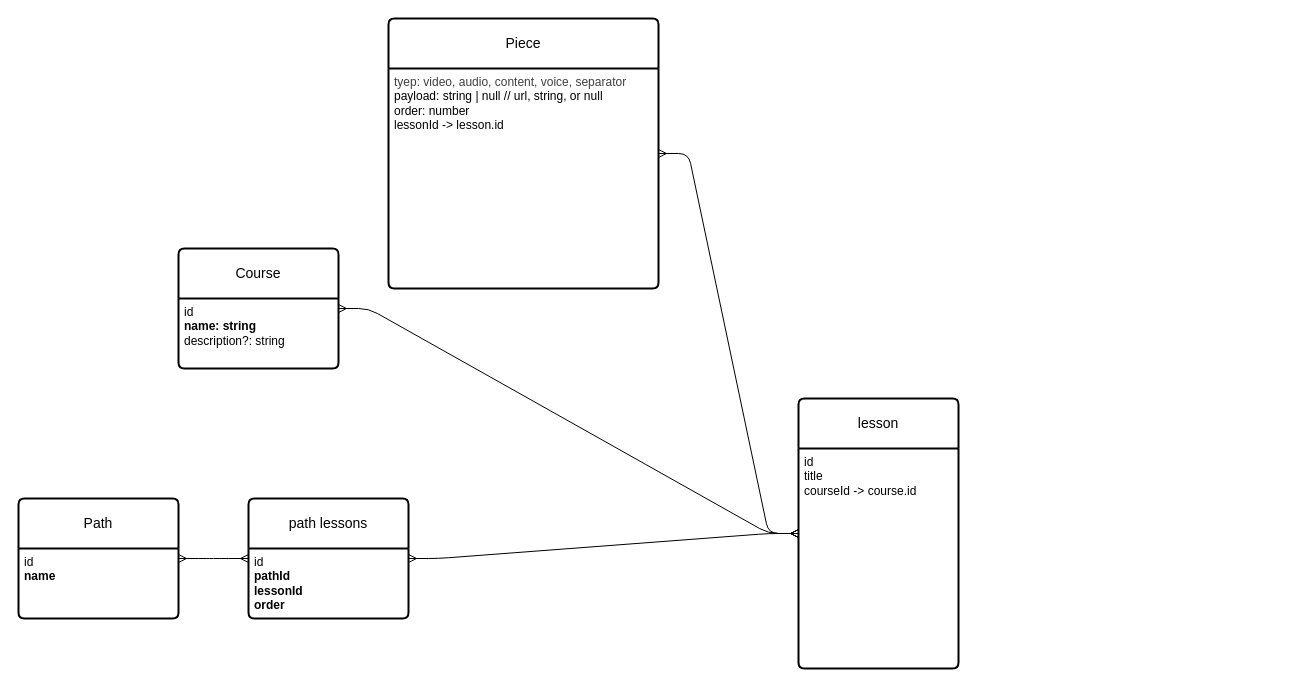
gikdev/pathz keeps this draw.io diagram as server/notes/db.drawio. Above is the earlier version. Source tidied: cells renumbered, new cells numbered last; positions are measured from the earlier drawing's top-left corner, leaving out a move shared by most shapes. Both pictures are drawn from the tidied source at 100%, with x=0, y=0 at pixel (18, 18).
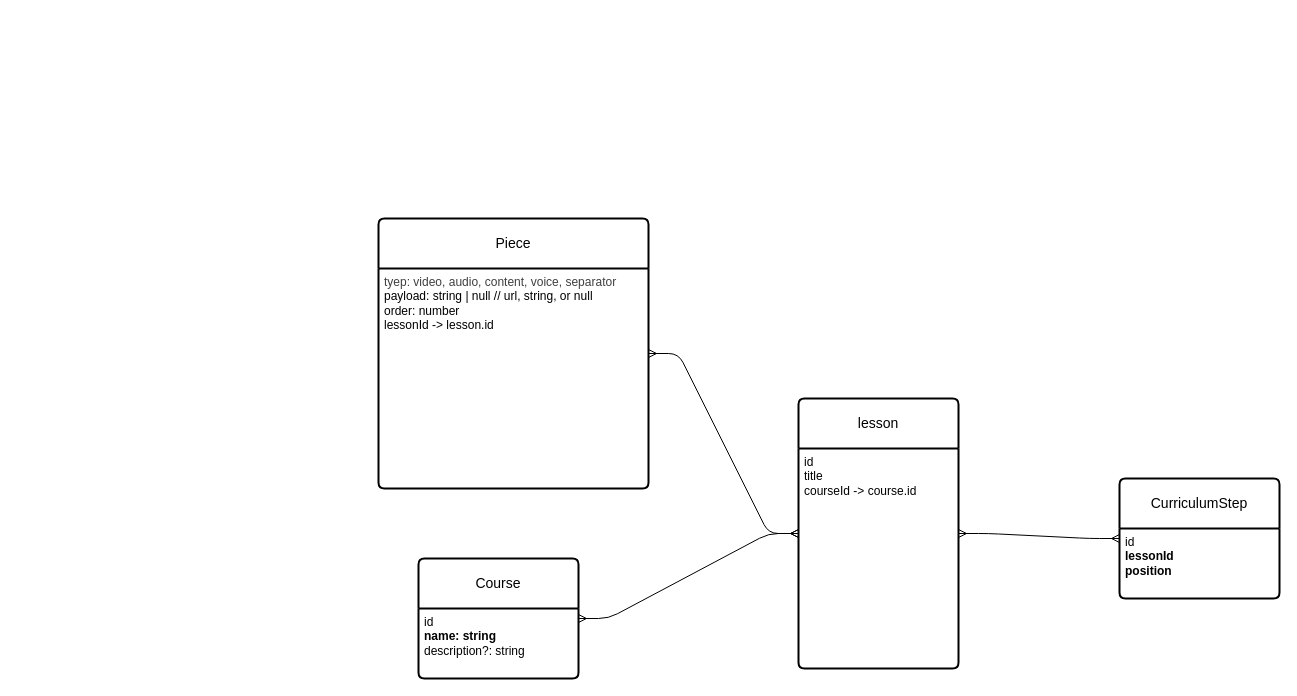
The same page after the edit.

What changed in the source:
```diff
@@
 <mxGraphModel>
   <root>
     <mxCell id="0" />
     <mxCell id="1" parent="0" />
-    <mxCell id="2" style="edgeStyle=none;html=1;" parent="1" edge="1" source="6" target="5">
-      <mxGeometry relative="1" as="geometry" />
-    </mxCell>
     <mxCell id="3" value="lesson" style="swimlane;horizontal=1;startSize=50;rounded=1;fontSize=14;fontStyle=0;strokeWidth=2;shadow=0;dashed=0;align=center;arcSize=4;whiteSpace=wrap;html=1;" parent="1" vertex="1">
       <mxGeometry x="780" y="380" width="160" height="270" as="geometry" />
     </mxCell>
     <mxCell id="4" value="&lt;div&gt;id&lt;/div&gt;title&lt;div&gt;courseId -&amp;gt; course.id&lt;/div&gt;" style="align=left;strokeColor=none;fillColor=none;spacingLeft=4;fontSize=12;verticalAlign=top;html=1;" parent="3" vertex="1">
       <mxGeometry y="50" width="160" height="220" as="geometry" />
     </mxCell>
-    <mxCell id="5" value="Path" style="swimlane;horizontal=1;startSize=50;rounded=1;fontSize=14;fontStyle=0;strokeWidth=2;shadow=0;dashed=0;align=center;arcSize=4;whiteSpace=wrap;html=1;" parent="1" vertex="1">
-      <mxGeometry y="480" width="160" height="120" as="geometry" />
-    </mxCell>
-    <mxCell id="6" value="&lt;div&gt;id&lt;/div&gt;&lt;b&gt;name&lt;/b&gt;&lt;div&gt;&lt;br&gt;&lt;/div&gt;" style="align=left;strokeColor=none;fillColor=none;spacingLeft=4;fontSize=12;verticalAlign=top;html=1;" parent="5" vertex="1">
-      <mxGeometry y="50" width="160" height="70" as="geometry" />
-    </mxCell>
     <mxCell id="7" value="Piece" style="swimlane;horizontal=1;startSize=50;rounded=1;fontSize=14;fontStyle=0;strokeWidth=2;shadow=0;dashed=0;align=center;arcSize=4;whiteSpace=wrap;html=1;" parent="1" vertex="1">
-      <mxGeometry x="370" width="270" height="270" as="geometry" />
+      <mxGeometry x="360" y="200" width="270" height="270" as="geometry" />
     </mxCell>
     <mxCell id="8" value="&lt;div&gt;&lt;span style=&quot;color: rgb(63, 63, 63); background-color: transparent;&quot;&gt;tyep: video, audio, content, voice, separator&lt;/span&gt;&lt;/div&gt;&lt;div&gt;payload: string | null&amp;nbsp;// url, string, or null&lt;/div&gt;&lt;div&gt;order: number&lt;/div&gt;&lt;div&gt;lessonId -&amp;gt; lesson.id&lt;/div&gt;" style="align=left;strokeColor=none;fillColor=none;spacingLeft=4;fontSize=12;verticalAlign=top;html=1;" parent="7" vertex="1">
       <mxGeometry y="50" width="270" height="220" as="geometry" />
     </mxCell>
     <mxCell id="9" value="Course" style="swimlane;horizontal=1;startSize=50;rounded=1;fontSize=14;fontStyle=0;strokeWidth=2;shadow=0;dashed=0;align=center;arcSize=4;whiteSpace=wrap;html=1;" parent="1" vertex="1">
-      <mxGeometry x="160" y="230" width="160" height="120" as="geometry" />
+      <mxGeometry x="400" y="540" width="160" height="120" as="geometry" />
     </mxCell>
     <mxCell id="10" value="&lt;div&gt;id&lt;/div&gt;&lt;b&gt;name: string&lt;/b&gt;&lt;div&gt;description?: string&lt;/div&gt;" style="align=left;strokeColor=none;fillColor=none;spacingLeft=4;fontSize=12;verticalAlign=top;html=1;" parent="9" vertex="1">
       <mxGeometry y="50" width="160" height="70" as="geometry" />
     </mxCell>
-    <mxCell id="11" value="path lessons" style="swimlane;horizontal=1;startSize=50;rounded=1;fontSize=14;fontStyle=0;strokeWidth=2;shadow=0;dashed=0;align=center;arcSize=4;whiteSpace=wrap;html=1;" parent="1" vertex="1">
-      <mxGeometry x="230" y="480" width="160" height="120" as="geometry" />
+    <mxCell id="11" value="CurriculumStep" style="swimlane;horizontal=1;startSize=50;rounded=1;fontSize=14;fontStyle=0;strokeWidth=2;shadow=0;dashed=0;align=center;arcSize=4;whiteSpace=wrap;html=1;" parent="1" vertex="1">
+      <mxGeometry x="1101" y="460" width="160" height="120" as="geometry" />
     </mxCell>
-    <mxCell id="12" value="&lt;div&gt;id&lt;/div&gt;&lt;div&gt;&lt;b&gt;pathId&lt;br&gt;lessonId&lt;/b&gt;&lt;/div&gt;&lt;div&gt;&lt;b&gt;order&lt;/b&gt;&lt;/div&gt;" style="align=left;strokeColor=none;fillColor=none;spacingLeft=4;fontSize=12;verticalAlign=top;html=1;" parent="11" vertex="1">
+    <mxCell id="12" value="&lt;div&gt;id&lt;/div&gt;&lt;div&gt;&lt;b&gt;lessonId&lt;/b&gt;&lt;/div&gt;&lt;div&gt;&lt;b&gt;position&lt;/b&gt;&lt;/div&gt;" style="align=left;strokeColor=none;fillColor=none;spacingLeft=4;fontSize=12;verticalAlign=top;html=1;" parent="11" vertex="1">
       <mxGeometry y="50" width="160" height="70" as="geometry" />
     </mxCell>
-    <mxCell id="13" style="edgeStyle=entityRelationEdgeStyle;fontSize=12;html=1;endArrow=ERmany;startArrow=ERmany;" parent="1" edge="1" source="11" target="5">
-      <mxGeometry relative="1" as="geometry" />
-    </mxCell>
     <mxCell id="14" style="edgeStyle=entityRelationEdgeStyle;fontSize=12;html=1;endArrow=ERmany;startArrow=ERmany;" parent="1" edge="1" source="3" target="11">
       <mxGeometry relative="1" as="geometry" />
     </mxCell>
     <mxCell id="15" style="edgeStyle=entityRelationEdgeStyle;fontSize=12;html=1;endArrow=ERmany;startArrow=ERmany;" parent="1" edge="1" source="3" target="7">
       <mxGeometry relative="1" as="geometry" />
     </mxCell>
     <mxCell id="16" style="edgeStyle=entityRelationEdgeStyle;fontSize=12;html=1;endArrow=ERmany;startArrow=ERmany;" parent="1" edge="1" source="3" target="9">
       <mxGeometry relative="1" as="geometry" />
     </mxCell>
   </root>
 </mxGraphModel>
```
